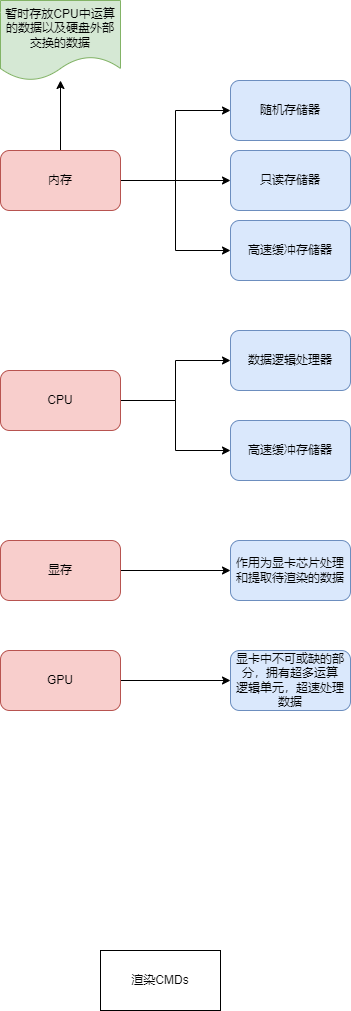
This is 未命名绘图.drawio.png from nikeoboy/mahjong, a draw.io export, as it was before one commit. Source tidied: cells renumbered, new cells last; positions are measured from the earlier drawing's top-left corner, leaving out a move shared by most shapes.
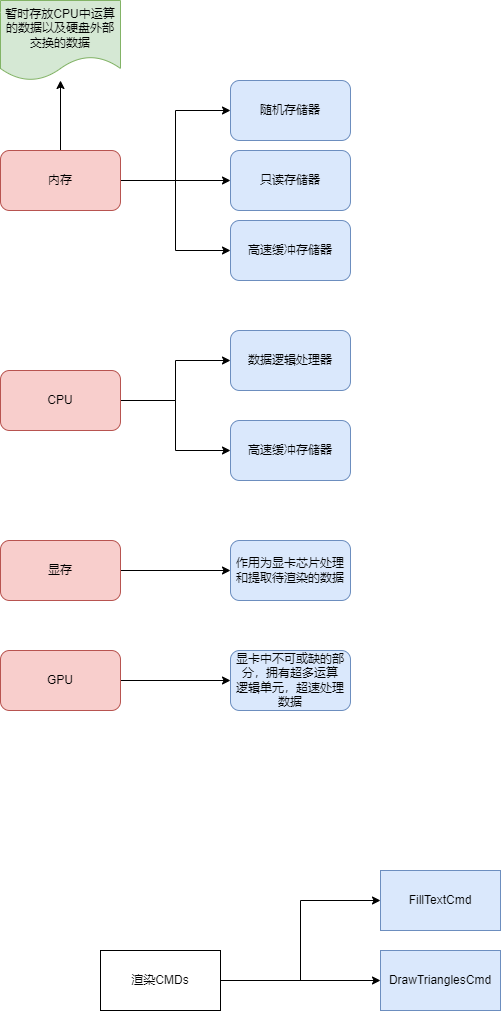
Later version of the same file.

Commit message:
更新未命名绘图.drawio.png

The edit, as a diff of the source:
```diff
@@ -62,8 +62,20 @@
     <mxCell id="21" value="暂时存放CPU中运算的数据以及硬盘外部交换的数据" style="shape=document;whiteSpace=wrap;html=1;boundedLbl=1;fillColor=#d5e8d4;strokeColor=#82b366;rounded=1;" parent="1" vertex="1">
       <mxGeometry width="120" height="80" as="geometry" />
     </mxCell>
+    <mxCell id="23" style="edgeStyle=orthogonalEdgeStyle;rounded=0;jettySize=auto;html=1;exitX=1;exitY=0.5;exitDx=0;exitDy=0;entryX=0;entryY=0.5;entryDx=0;entryDy=0;" parent="1" edge="1" source="22" target="25">
+      <mxGeometry relative="1" as="geometry" />
+    </mxCell>
+    <mxCell id="24" style="edgeStyle=orthogonalEdgeStyle;rounded=0;jettySize=auto;html=1;exitX=1;exitY=0.5;exitDx=0;exitDy=0;entryX=0;entryY=0.5;entryDx=0;entryDy=0;" parent="1" edge="1" source="22" target="26">
+      <mxGeometry relative="1" as="geometry" />
+    </mxCell>
     <mxCell id="22" value="渲染CMDs" style="rounded=0;whiteSpace=wrap;html=1;" parent="1" vertex="1">
       <mxGeometry x="100" y="950" width="120" height="60" as="geometry" />
     </mxCell>
+    <mxCell id="25" value="FillTextCmd" style="whiteSpace=wrap;html=1;rounded=0;fillColor=#dae8fc;strokeColor=#6c8ebf;" parent="1" vertex="1">
+      <mxGeometry x="380" y="870" width="120" height="60" as="geometry" />
+    </mxCell>
+    <mxCell id="26" value="DrawTrianglesCmd" style="whiteSpace=wrap;html=1;rounded=0;fillColor=#dae8fc;strokeColor=#6c8ebf;" parent="1" vertex="1">
+      <mxGeometry x="380" y="950" width="120" height="60" as="geometry" />
+    </mxCell>
   </root>
 </mxGraphModel>
```
